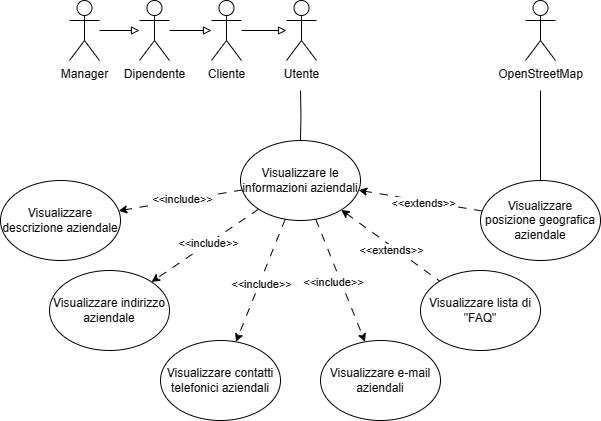
This is second-deliverable/images/UCD/RF4_infocontatti_UCD.png from IS-FixMi/Documentation-Source, a draw.io export, as it was before one commit. Source tidied: cells renumbered, new cells last; positions are measured from the earlier drawing's top-left corner, leaving out a move shared by most shapes.
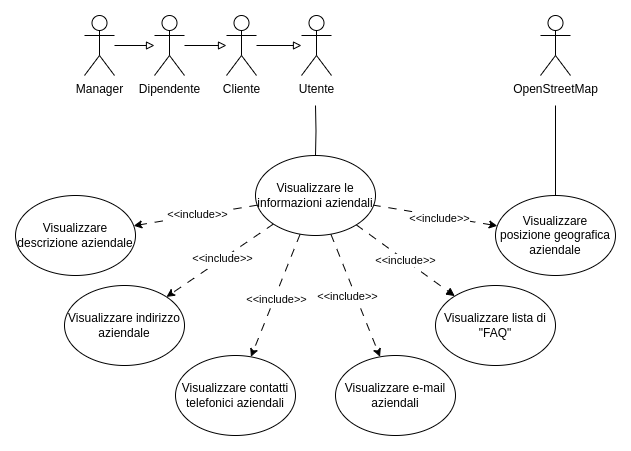
The same file after the commit.

Change to the diagram source:
```diff
@@ -44,14 +44,9 @@
         <mxPoint x="2" y="-3" as="offset" />
       </mxGeometry>
     </mxCell>
-    <mxCell id="14" style="rounded=0;jettySize=auto;html=1;dashed=1;dashPattern=8 8;startArrow=classic;startFill=1;endArrow=none;endFill=0;" parent="1" edge="1" source="20" target="28">
+    <mxCell id="14" value="&amp;lt;&amp;lt;include&amp;gt;&amp;gt;" style="rounded=0;jettySize=auto;html=1;dashed=1;dashPattern=8 8;startArrow=none;startFill=0;endArrow=block;endFill=1;" parent="1" edge="1" source="20" target="28">
       <mxGeometry relative="1" as="geometry" />
     </mxCell>
-    <mxCell id="15" value="&amp;lt;&amp;lt;extends&amp;gt;&amp;gt;" style="edgeLabel;html=1;align=center;verticalAlign=middle;" parent="14" vertex="1">
-      <mxGeometry x="-0.03" relative="1" as="geometry">
-        <mxPoint x="2" y="6" as="offset" />
-      </mxGeometry>
-    </mxCell>
     <mxCell id="16" style="rounded=0;jettySize=auto;html=1;dashed=1;dashPattern=8 8;" parent="1" edge="1" source="20" target="30">
       <mxGeometry relative="1" as="geometry" />
     </mxCell>
@@ -71,10 +66,10 @@
     <mxCell id="20" value="Visualizzare le informazioni aziendali" style="ellipse;whiteSpace=wrap;html=1;" parent="1" vertex="1">
       <mxGeometry x="240" y="140" width="120" height="80" as="geometry" />
     </mxCell>
-    <mxCell id="21" style="rounded=0;jettySize=auto;html=1;dashed=1;dashPattern=8 8;" parent="1" edge="1" source="24" target="20">
+    <mxCell id="21" style="rounded=0;jettySize=auto;html=1;dashed=1;dashPattern=8 8;endArrow=none;endFill=0;startArrow=classic;startFill=1;" parent="1" edge="1" source="24" target="20">
       <mxGeometry relative="1" as="geometry" />
     </mxCell>
-    <mxCell id="22" value="&amp;lt;&amp;lt;extends&amp;gt;&amp;gt;" style="edgeLabel;html=1;align=center;verticalAlign=middle;" parent="21" vertex="1">
+    <mxCell id="22" value="&amp;lt;&amp;lt;include&amp;gt;&amp;gt;" style="edgeLabel;html=1;align=center;verticalAlign=middle;" parent="21" vertex="1">
       <mxGeometry x="-0.05" y="2" relative="1" as="geometry" />
     </mxCell>
     <mxCell id="23" style="edgeStyle=orthogonalEdgeStyle;rounded=0;jettySize=auto;html=1;endArrow=none;endFill=0;" parent="1" edge="1" source="24">
```
